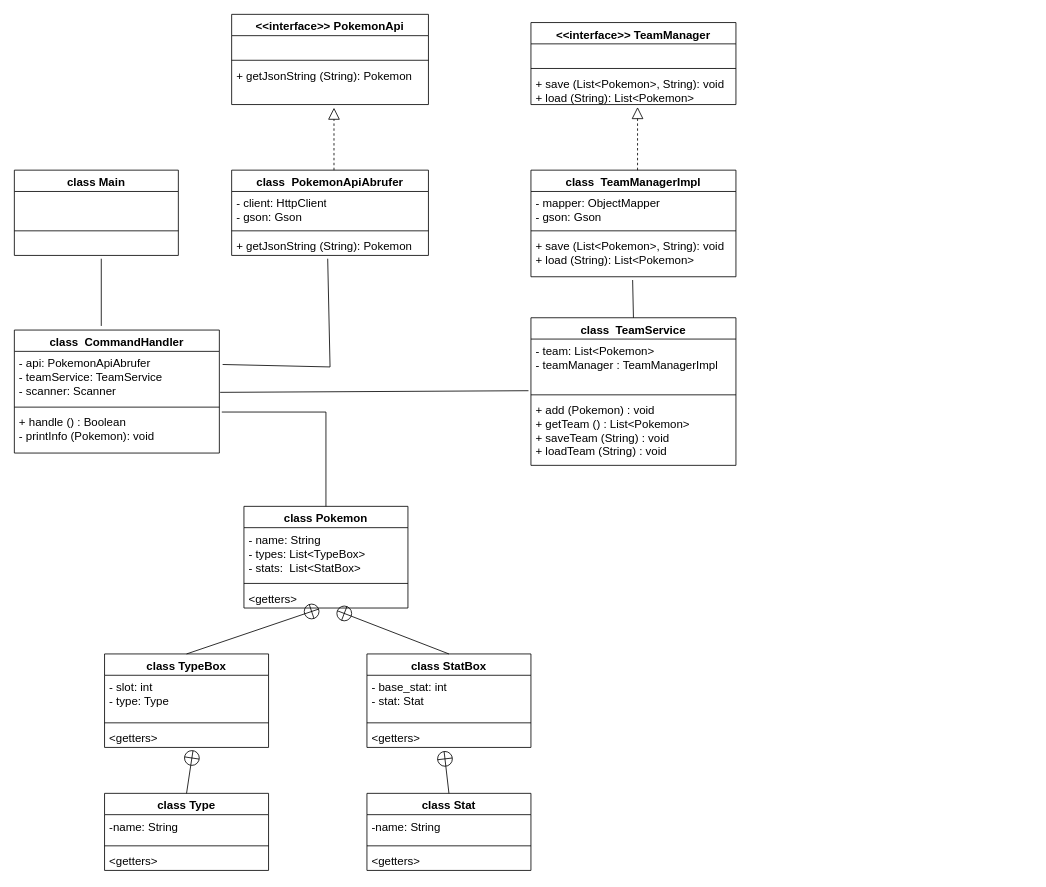
This is ClassDiagramm.drawio from decrier/pokemon, a draw.io file, before an edit. Source tidied: cells renumbered, new cells numbered last; positions are measured from the earlier drawing's top-left corner, leaving out a move shared by most shapes. Both pictures are drawn from the tidied source at 82%, with x=0, y=0 at pixel (14, 14).
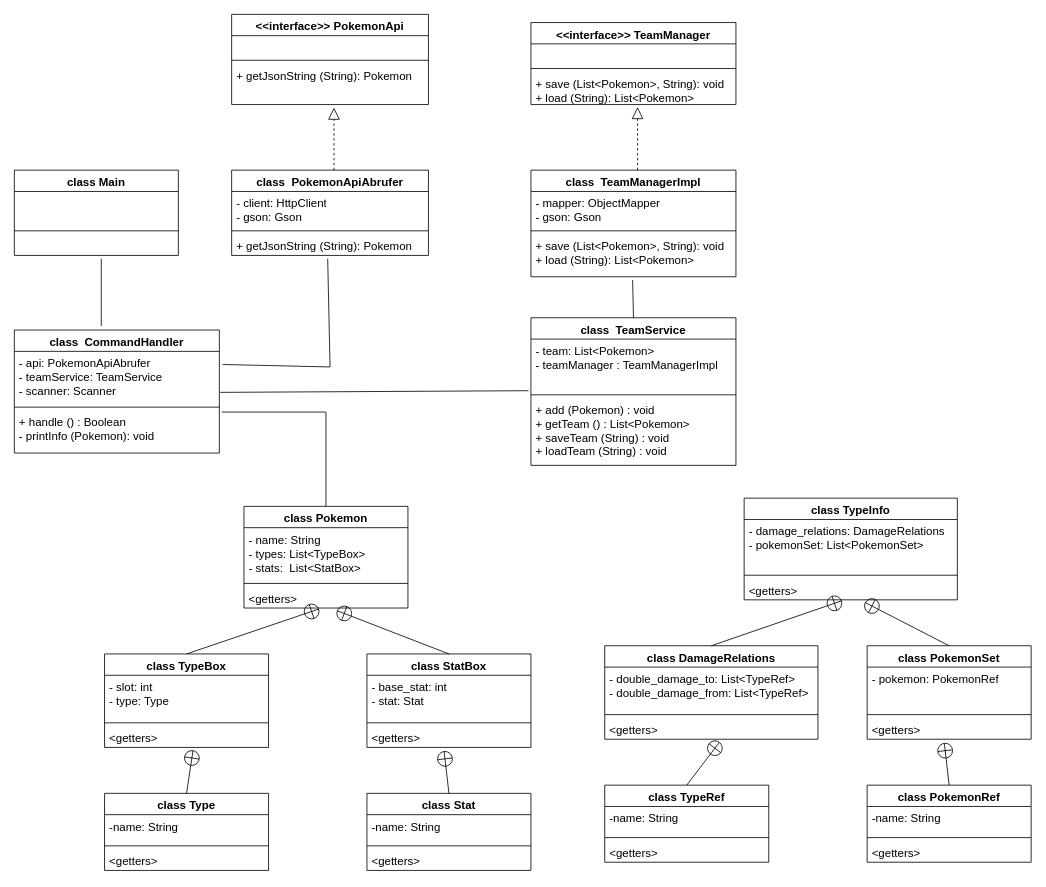
The same page after the edit.

Change to the diagram source:
```diff
@@
+    <mxCell id="61" value="class TypeInfo" style="swimlane;fontStyle=1;align=center;verticalAlign=top;horizontal=1;startSize=26;whiteSpace=wrap;html=1;fontSize=14;" parent="1" vertex="1">
+      <mxGeometry x="890" y="590" width="260" height="124" as="geometry" />
+    </mxCell>
+    <mxCell id="62" value="- damage_relations: DamageRelations&lt;div&gt;- pokemonSet: List&amp;lt;PokemonSet&amp;gt;&lt;/div&gt;" style="text;strokeColor=none;fillColor=none;align=left;verticalAlign=top;spacingLeft=4;spacingRight=4;overflow=hidden;whiteSpace=wrap;html=1;fontSize=14;" parent="61" vertex="1">
+      <mxGeometry y="26" width="260" height="64" as="geometry" />
+    </mxCell>
+    <mxCell id="63" style="line;strokeWidth=1;fillColor=none;align=left;verticalAlign=middle;spacingTop=-1;spacingLeft=3;spacingRight=3;labelPosition=right;strokeColor=inherit;fontSize=14;" parent="61" vertex="1">
+      <mxGeometry y="90" width="260" height="8" as="geometry" />
+    </mxCell>
+    <mxCell id="64" value="&amp;lt;getters&amp;gt;" style="text;strokeColor=none;fillColor=none;align=left;verticalAlign=top;spacingLeft=4;spacingRight=4;overflow=hidden;points=[[0,0.5],[1,0.5]];portConstraint=eastwest;whiteSpace=wrap;html=1;fontSize=14;" parent="61" vertex="1">
+      <mxGeometry y="98" width="260" height="26" as="geometry" />
+    </mxCell>
+    <mxCell id="65" value="class DamageRelations" style="swimlane;fontStyle=1;align=center;verticalAlign=top;horizontal=1;startSize=26;whiteSpace=wrap;html=1;fontSize=14;" parent="1" vertex="1">
+      <mxGeometry x="720" y="770" width="260" height="114" as="geometry" />
+    </mxCell>
+    <mxCell id="66" value="- double_damage_to: List&amp;lt;TypeRef&amp;gt;&lt;div&gt;- double_damage_from: List&amp;lt;TypeRef&amp;gt;&lt;div&gt;&lt;div&gt;&lt;br&gt;&lt;/div&gt;&lt;/div&gt;&lt;/div&gt;" style="text;strokeColor=none;fillColor=none;align=left;verticalAlign=top;spacingLeft=4;spacingRight=4;overflow=hidden;whiteSpace=wrap;html=1;fontSize=14;" parent="65" vertex="1">
+      <mxGeometry y="26" width="260" height="54" as="geometry" />
+    </mxCell>
+    <mxCell id="67" style="line;strokeWidth=1;fillColor=none;align=left;verticalAlign=middle;spacingTop=-1;spacingLeft=3;spacingRight=3;labelPosition=right;strokeColor=inherit;fontSize=14;" parent="65" vertex="1">
+      <mxGeometry y="80" width="260" height="8" as="geometry" />
+    </mxCell>
+    <mxCell id="68" value="&amp;lt;getters&amp;gt;" style="text;strokeColor=none;fillColor=none;align=left;verticalAlign=top;spacingLeft=4;spacingRight=4;overflow=hidden;points=[[0,0.5],[1,0.5]];portConstraint=eastwest;whiteSpace=wrap;html=1;fontSize=14;" parent="65" vertex="1">
+      <mxGeometry y="88" width="260" height="26" as="geometry" />
+    </mxCell>
+    <mxCell id="69" style="endArrow=circlePlus;startArrow=none;endFill=0;startFill=0;endSize=8;html=1;labelBackgroundColor=none;rounded=0;exitX=0.5;exitY=0;exitDx=0;exitDy=0;entryX=0.46;entryY=1.038;entryDx=0;entryDy=0;entryPerimeter=0;" parent="1" edge="1" source="65" target="64">
+      <mxGeometry relative="1" as="geometry" />
+    </mxCell>
+    <mxCell id="70" value="class TypeRef" style="swimlane;fontStyle=1;align=center;verticalAlign=top;horizontal=1;startSize=26;whiteSpace=wrap;html=1;fontSize=14;" parent="1" vertex="1">
+      <mxGeometry x="720" y="940" width="200" height="94" as="geometry" />
+    </mxCell>
+    <mxCell id="71" value="&lt;div&gt;&lt;div&gt;-name: String&lt;/div&gt;&lt;/div&gt;" style="text;strokeColor=none;fillColor=none;align=left;verticalAlign=top;spacingLeft=4;spacingRight=4;overflow=hidden;whiteSpace=wrap;html=1;fontSize=14;" parent="70" vertex="1">
+      <mxGeometry y="26" width="200" height="34" as="geometry" />
+    </mxCell>
+    <mxCell id="72" style="line;strokeWidth=1;fillColor=none;align=left;verticalAlign=middle;spacingTop=-1;spacingLeft=3;spacingRight=3;labelPosition=right;strokeColor=inherit;fontSize=14;" parent="70" vertex="1">
+      <mxGeometry y="60" width="200" height="8" as="geometry" />
+    </mxCell>
+    <mxCell id="73" value="&amp;lt;getters&amp;gt;" style="text;strokeColor=none;fillColor=none;align=left;verticalAlign=top;spacingLeft=4;spacingRight=4;overflow=hidden;whiteSpace=wrap;html=1;fontSize=14;" parent="70" vertex="1">
+      <mxGeometry y="68" width="200" height="26" as="geometry" />
+    </mxCell>
+    <mxCell id="74" style="endArrow=circlePlus;startArrow=none;endFill=0;startFill=0;endSize=8;html=1;labelBackgroundColor=none;rounded=0;exitX=0.5;exitY=0;exitDx=0;exitDy=0;entryX=0.54;entryY=1.115;entryDx=0;entryDy=0;entryPerimeter=0;" parent="1" edge="1" source="70" target="68">
+      <mxGeometry relative="1" as="geometry" />
+    </mxCell>
+    <mxCell id="75" value="class PokemonSet" style="swimlane;fontStyle=1;align=center;verticalAlign=top;horizontal=1;startSize=26;whiteSpace=wrap;html=1;fontSize=14;" parent="1" vertex="1">
+      <mxGeometry x="1040" y="770" width="200" height="114" as="geometry" />
+    </mxCell>
+    <mxCell id="76" value="- pokemon: PokemonRef" style="text;strokeColor=none;fillColor=none;align=left;verticalAlign=top;spacingLeft=4;spacingRight=4;overflow=hidden;whiteSpace=wrap;html=1;fontSize=14;" parent="75" vertex="1">
+      <mxGeometry y="26" width="200" height="54" as="geometry" />
+    </mxCell>
+    <mxCell id="77" style="line;strokeWidth=1;fillColor=none;align=left;verticalAlign=middle;spacingTop=-1;spacingLeft=3;spacingRight=3;labelPosition=right;strokeColor=inherit;fontSize=14;" parent="75" vertex="1">
+      <mxGeometry y="80" width="200" height="8" as="geometry" />
+    </mxCell>
+    <mxCell id="78" value="&amp;lt;getters&amp;gt;" style="text;strokeColor=none;fillColor=none;align=left;verticalAlign=top;spacingLeft=4;spacingRight=4;overflow=hidden;points=[[0,0.5],[1,0.5]];portConstraint=eastwest;whiteSpace=wrap;html=1;fontSize=14;" parent="75" vertex="1">
+      <mxGeometry y="88" width="200" height="26" as="geometry" />
+    </mxCell>
+    <mxCell id="79" value="class PokemonRef" style="swimlane;fontStyle=1;align=center;verticalAlign=top;horizontal=1;startSize=26;whiteSpace=wrap;html=1;fontSize=14;" parent="1" vertex="1">
+      <mxGeometry x="1040" y="940" width="200" height="94" as="geometry" />
+    </mxCell>
+    <mxCell id="80" value="&lt;div&gt;&lt;div&gt;-name: String&lt;/div&gt;&lt;/div&gt;" style="text;strokeColor=none;fillColor=none;align=left;verticalAlign=top;spacingLeft=4;spacingRight=4;overflow=hidden;whiteSpace=wrap;html=1;fontSize=14;" parent="79" vertex="1">
+      <mxGeometry y="26" width="200" height="34" as="geometry" />
+    </mxCell>
+    <mxCell id="81" style="line;strokeWidth=1;fillColor=none;align=left;verticalAlign=middle;spacingTop=-1;spacingLeft=3;spacingRight=3;labelPosition=right;strokeColor=inherit;fontSize=14;" parent="79" vertex="1">
+      <mxGeometry y="60" width="200" height="8" as="geometry" />
+    </mxCell>
+    <mxCell id="82" value="&amp;lt;getters&amp;gt;" style="text;strokeColor=none;fillColor=none;align=left;verticalAlign=top;spacingLeft=4;spacingRight=4;overflow=hidden;whiteSpace=wrap;html=1;fontSize=14;" parent="79" vertex="1">
+      <mxGeometry y="68" width="200" height="26" as="geometry" />
+    </mxCell>
+    <mxCell id="83" style="endArrow=circlePlus;startArrow=none;endFill=0;startFill=0;endSize=8;html=1;labelBackgroundColor=none;rounded=0;exitX=0.5;exitY=0;exitDx=0;exitDy=0;entryX=0.47;entryY=1.154;entryDx=0;entryDy=0;entryPerimeter=0;" parent="1" edge="1" source="79" target="78">
+      <mxGeometry relative="1" as="geometry" />
+    </mxCell>
+    <mxCell id="84" style="endArrow=circlePlus;startArrow=none;endFill=0;startFill=0;endSize=8;html=1;labelBackgroundColor=none;rounded=0;entryX=0.565;entryY=1.115;entryDx=0;entryDy=0;entryPerimeter=0;exitX=0.5;exitY=0;exitDx=0;exitDy=0;" parent="1" edge="1" source="75" target="64">
+      <mxGeometry relative="1" as="geometry" />
+    </mxCell>
```
